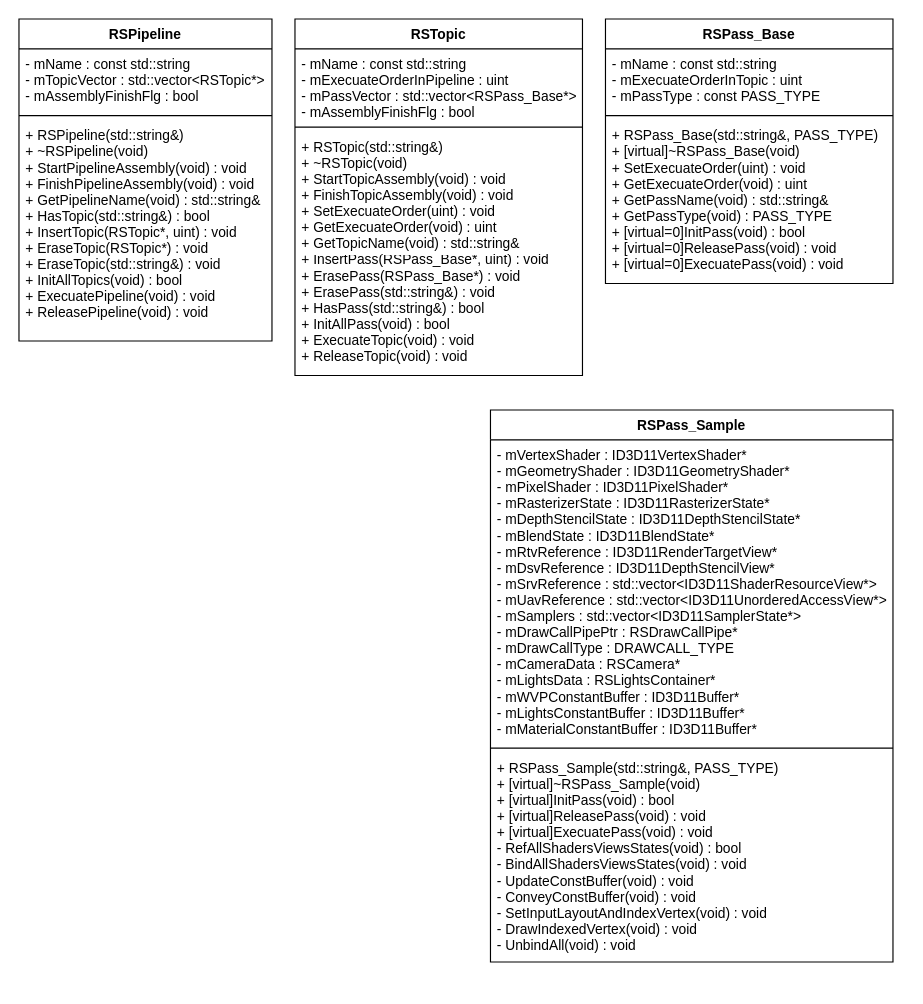
This is page "Pipeline" (5 of 5) of Render.drawio from HIBICUS-CAI/PreWorkRenderEngine, a draw.io file, before an edit. Source tidied: cells renumbered, new cells numbered last; positions are measured from the earlier drawing's top-left corner, leaving out a move shared by most shapes. Both pictures are drawn from the tidied source at 115%, with x=0, y=0 at pixel (18, 18).
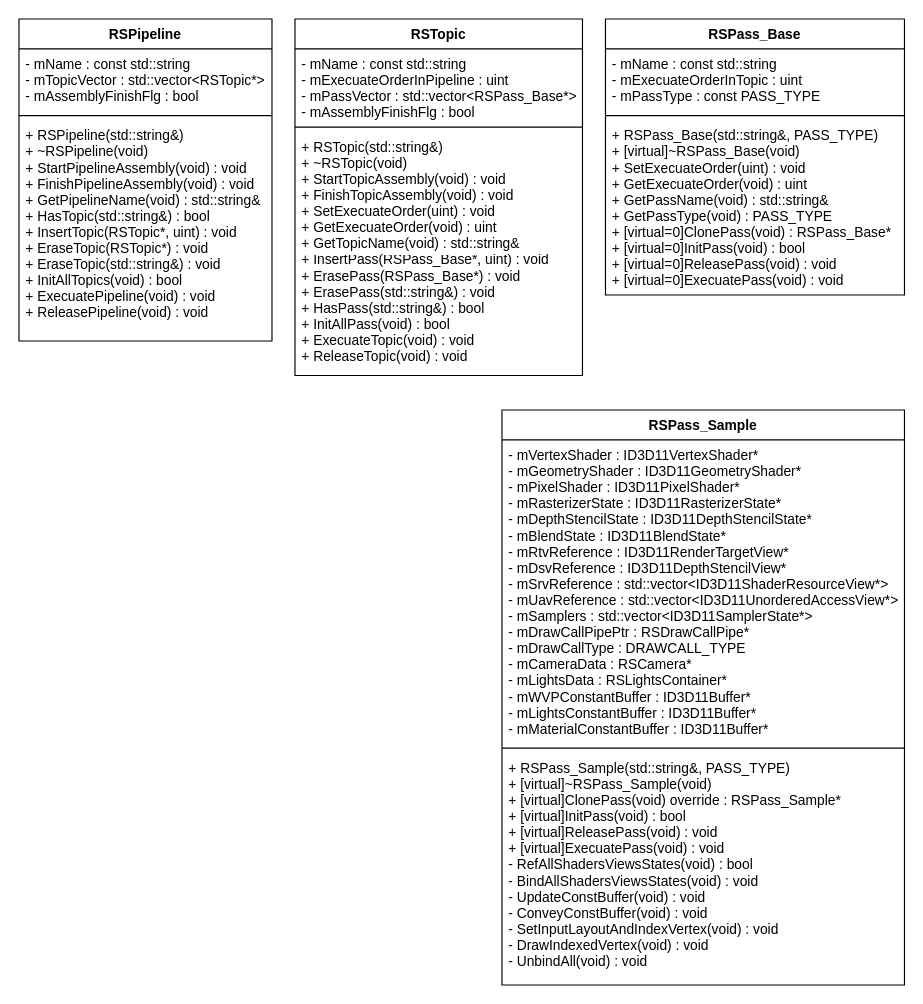
After the change.

Commit message (it also covers changes not shown here):
topic pass_base部分似乎完成，计划使用深拷贝处理pass的拷贝构造

The edit, as a diff of the source:
```diff
@@
 <mxGraphModel>
   <root>
     <mxCell id="0" />
     <mxCell id="1" parent="0" />
     <mxCell id="2" value="RSPipeline" style="swimlane;fontStyle=1;align=center;verticalAlign=top;horizontal=1;startSize=26;" parent="1" vertex="1">
       <mxGeometry width="220" height="280" as="geometry" />
     </mxCell>
     <mxCell id="3" value="- mName : const std::string&#10;- mTopicVector : std::vector&lt;RSTopic*&gt;&#10;- mAssemblyFinishFlg : bool" style="text;strokeColor=none;fillColor=none;align=left;verticalAlign=top;spacingLeft=4;spacingRight=4;overflow=hidden;" parent="2" vertex="1">
       <mxGeometry y="26" width="220" height="54" as="geometry" />
     </mxCell>
     <mxCell id="4" style="line;strokeWidth=1;fillColor=none;align=left;verticalAlign=middle;spacingTop=-1;spacingLeft=3;spacingRight=3;labelPosition=right;" parent="2" vertex="1">
       <mxGeometry y="80" width="220" height="8" as="geometry" />
     </mxCell>
     <mxCell id="5" value="+ RSPipeline(std::string&amp;)&#10;+ ~RSPipeline(void)&#10;+ StartPipelineAssembly(void) : void&#10;+ FinishPipelineAssembly(void) : void&#10;+ GetPipelineName(void) : std::string&amp;&#10;+ HasTopic(std::string&amp;) : bool&#10;+ InsertTopic(RSTopic*, uint) : void&#10;+ EraseTopic(RSTopic*) : void&#10;+ EraseTopic(std::string&amp;) : void&#10;+ InitAllTopics(void) : bool&#10;+ ExecuatePipeline(void) : void&#10;+ ReleasePipeline(void) : void" style="text;strokeColor=none;fillColor=none;align=left;verticalAlign=top;spacingLeft=4;spacingRight=4;overflow=hidden;" parent="2" vertex="1">
       <mxGeometry y="88" width="220" height="192" as="geometry" />
     </mxCell>
     <mxCell id="6" value="RSTopic" style="swimlane;fontStyle=1;align=center;verticalAlign=top;horizontal=1;startSize=26;" parent="1" vertex="1">
       <mxGeometry x="240" width="250" height="310" as="geometry" />
     </mxCell>
     <mxCell id="7" value="- mName : const std::string&#10;- mExecuateOrderInPipeline : uint&#10;- mPassVector : std::vector&lt;RSPass_Base*&gt;&#10;- mAssemblyFinishFlg : bool" style="text;strokeColor=none;fillColor=none;align=left;verticalAlign=top;spacingLeft=4;spacingRight=4;overflow=hidden;" parent="6" vertex="1">
       <mxGeometry y="26" width="250" height="64" as="geometry" />
     </mxCell>
     <mxCell id="8" style="line;strokeWidth=1;fillColor=none;align=left;verticalAlign=middle;spacingTop=-1;spacingLeft=3;spacingRight=3;labelPosition=right;" parent="6" vertex="1">
       <mxGeometry y="90" width="250" height="8" as="geometry" />
     </mxCell>
     <mxCell id="9" value="+ RSTopic(std::string&amp;)&#10;+ ~RSTopic(void)&#10;+ StartTopicAssembly(void) : void&#10;+ FinishTopicAssembly(void) : void&#10;+ SetExecuateOrder(uint) : void&#10;+ GetExecuateOrder(void) : uint&#10;+ GetTopicName(void) : std::string&amp;&#10;+ InsertPass(RSPass_Base*, uint) : void&#10;+ ErasePass(RSPass_Base*) : void&#10;+ ErasePass(std::string&amp;) : void&#10;+ HasPass(std::string&amp;) : bool&#10;+ InitAllPass(void) : bool&#10;+ ExecuateTopic(void) : void&#10;+ ReleaseTopic(void) : void" style="text;strokeColor=none;fillColor=none;align=left;verticalAlign=top;spacingLeft=4;spacingRight=4;overflow=hidden;" parent="6" vertex="1">
       <mxGeometry y="98" width="250" height="212" as="geometry" />
     </mxCell>
     <mxCell id="10" value="RSPass_Base" style="swimlane;fontStyle=1;align=center;verticalAlign=top;horizontal=1;startSize=26;" parent="1" vertex="1">
-      <mxGeometry x="510" width="250" height="230" as="geometry" />
+      <mxGeometry x="510" width="260" height="240" as="geometry" />
     </mxCell>
     <mxCell id="11" value="- mName : const std::string&#10;- mExecuateOrderInTopic : uint&#10;- mPassType : const PASS_TYPE" style="text;strokeColor=none;fillColor=none;align=left;verticalAlign=top;spacingLeft=4;spacingRight=4;overflow=hidden;" parent="10" vertex="1">
-      <mxGeometry y="26" width="250" height="54" as="geometry" />
+      <mxGeometry y="26" width="260" height="54" as="geometry" />
     </mxCell>
     <mxCell id="12" style="line;strokeWidth=1;fillColor=none;align=left;verticalAlign=middle;spacingTop=-1;spacingLeft=3;spacingRight=3;labelPosition=right;" parent="10" vertex="1">
-      <mxGeometry y="80" width="250" height="8" as="geometry" />
+      <mxGeometry y="80" width="260" height="8" as="geometry" />
     </mxCell>
-    <mxCell id="13" value="+ RSPass_Base(std::string&amp;, PASS_TYPE)&#10;+ [virtual]~RSPass_Base(void)&#10;+ SetExecuateOrder(uint) : void&#10;+ GetExecuateOrder(void) : uint&#10;+ GetPassName(void) : std::string&amp;&#10;+ GetPassType(void) : PASS_TYPE&#10;+ [virtual=0]InitPass(void) : bool&#10;+ [virtual=0]ReleasePass(void) : void&#10;+ [virtual=0]ExecuatePass(void) : void" style="text;strokeColor=none;fillColor=none;align=left;verticalAlign=top;spacingLeft=4;spacingRight=4;overflow=hidden;" parent="10" vertex="1">
-      <mxGeometry y="88" width="250" height="142" as="geometry" />
+    <mxCell id="13" value="+ RSPass_Base(std::string&amp;, PASS_TYPE)&#10;+ [virtual]~RSPass_Base(void)&#10;+ SetExecuateOrder(uint) : void&#10;+ GetExecuateOrder(void) : uint&#10;+ GetPassName(void) : std::string&amp;&#10;+ GetPassType(void) : PASS_TYPE&#10;+ [virtual=0]ClonePass(void) : RSPass_Base*&#10;+ [virtual=0]InitPass(void) : bool&#10;+ [virtual=0]ReleasePass(void) : void&#10;+ [virtual=0]ExecuatePass(void) : void" style="text;strokeColor=none;fillColor=none;align=left;verticalAlign=top;spacingLeft=4;spacingRight=4;overflow=hidden;" parent="10" vertex="1">
+      <mxGeometry y="88" width="260" height="152" as="geometry" />
     </mxCell>
     <mxCell id="14" value="RSPass_Sample" style="swimlane;fontStyle=1;align=center;verticalAlign=top;horizontal=1;startSize=26;" parent="1" vertex="1">
-      <mxGeometry x="410" y="340" width="350" height="480" as="geometry" />
+      <mxGeometry x="420" y="340" width="350" height="500" as="geometry" />
     </mxCell>
     <mxCell id="15" value="- mVertexShader : ID3D11VertexShader*&#10;- mGeometryShader : ID3D11GeometryShader*&#10;- mPixelShader : ID3D11PixelShader*&#10;- mRasterizerState : ID3D11RasterizerState*&#10;- mDepthStencilState : ID3D11DepthStencilState*&#10;- mBlendState : ID3D11BlendState*&#10;- mRtvReference : ID3D11RenderTargetView*&#10;- mDsvReference : ID3D11DepthStencilView*&#10;- mSrvReference : std::vector&lt;ID3D11ShaderResourceView*&gt;&#10;- mUavReference : std::vector&lt;ID3D11UnorderedAccessView*&gt;&#10;- mSamplers : std::vector&lt;ID3D11SamplerState*&gt;&#10;- mDrawCallPipePtr : RSDrawCallPipe*&#10;- mDrawCallType : DRAWCALL_TYPE&#10;- mCameraData : RSCamera*&#10;- mLightsData : RSLightsContainer*&#10;- mWVPConstantBuffer : ID3D11Buffer*&#10;- mLightsConstantBuffer : ID3D11Buffer*&#10;- mMaterialConstantBuffer : ID3D11Buffer*" style="text;strokeColor=none;fillColor=none;align=left;verticalAlign=top;spacingLeft=4;spacingRight=4;overflow=hidden;" parent="14" vertex="1">
       <mxGeometry y="26" width="350" height="264" as="geometry" />
     </mxCell>
     <mxCell id="16" style="line;strokeWidth=1;fillColor=none;align=left;verticalAlign=middle;spacingTop=-1;spacingLeft=3;spacingRight=3;labelPosition=right;" parent="14" vertex="1">
       <mxGeometry y="290" width="350" height="8" as="geometry" />
     </mxCell>
-    <mxCell id="17" value="+ RSPass_Sample(std::string&amp;, PASS_TYPE)&#10;+ [virtual]~RSPass_Sample(void)&#10;+ [virtual]InitPass(void) : bool&#10;+ [virtual]ReleasePass(void) : void&#10;+ [virtual]ExecuatePass(void) : void&#10;- RefAllShadersViewsStates(void) : bool&#10;- BindAllShadersViewsStates(void) : void&#10;- UpdateConstBuffer(void) : void&#10;- ConveyConstBuffer(void) : void&#10;- SetInputLayoutAndIndexVertex(void) : void&#10;- DrawIndexedVertex(void) : void&#10;- UnbindAll(void) : void" style="text;strokeColor=none;fillColor=none;align=left;verticalAlign=top;spacingLeft=4;spacingRight=4;overflow=hidden;" parent="14" vertex="1">
-      <mxGeometry y="298" width="350" height="182" as="geometry" />
+    <mxCell id="17" value="+ RSPass_Sample(std::string&amp;, PASS_TYPE)&#10;+ [virtual]~RSPass_Sample(void)&#10;+ [virtual]ClonePass(void) override : RSPass_Sample*&#10;+ [virtual]InitPass(void) : bool&#10;+ [virtual]ReleasePass(void) : void&#10;+ [virtual]ExecuatePass(void) : void&#10;- RefAllShadersViewsStates(void) : bool&#10;- BindAllShadersViewsStates(void) : void&#10;- UpdateConstBuffer(void) : void&#10;- ConveyConstBuffer(void) : void&#10;- SetInputLayoutAndIndexVertex(void) : void&#10;- DrawIndexedVertex(void) : void&#10;- UnbindAll(void) : void" style="text;strokeColor=none;fillColor=none;align=left;verticalAlign=top;spacingLeft=4;spacingRight=4;overflow=hidden;" parent="14" vertex="1">
+      <mxGeometry y="298" width="350" height="202" as="geometry" />
     </mxCell>
   </root>
 </mxGraphModel>
```
